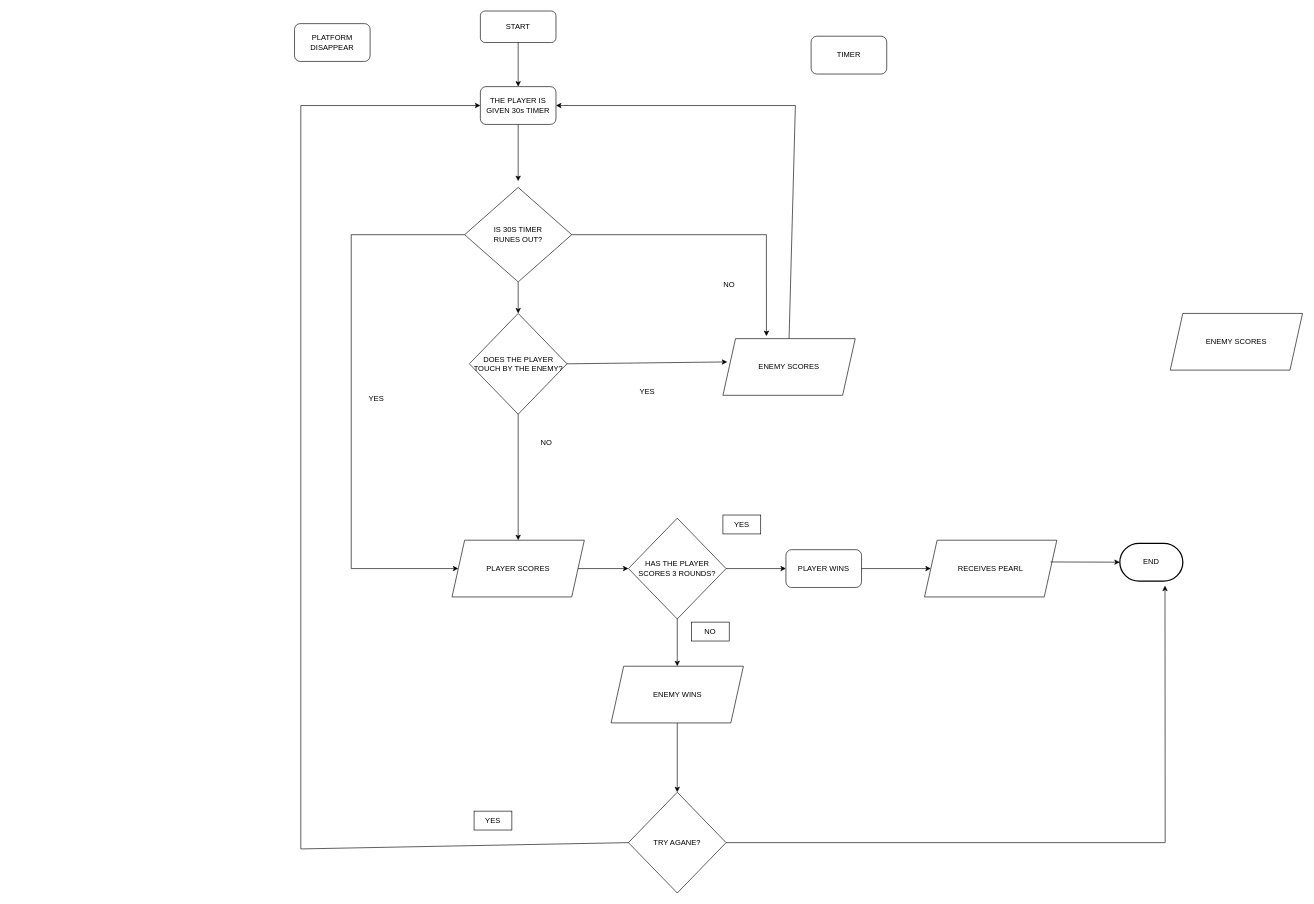
The draw.io diagram langit_lupa.drawio in OmaGash/crispy-bassoon, before the edit. Source tidied: cells renumbered, new cells numbered last; positions are measured from the earlier drawing's top-left corner, leaving out a move shared by most shapes. Both pictures are drawn from the tidied source at 63%, with x=0, y=0 at pixel (294, 11).
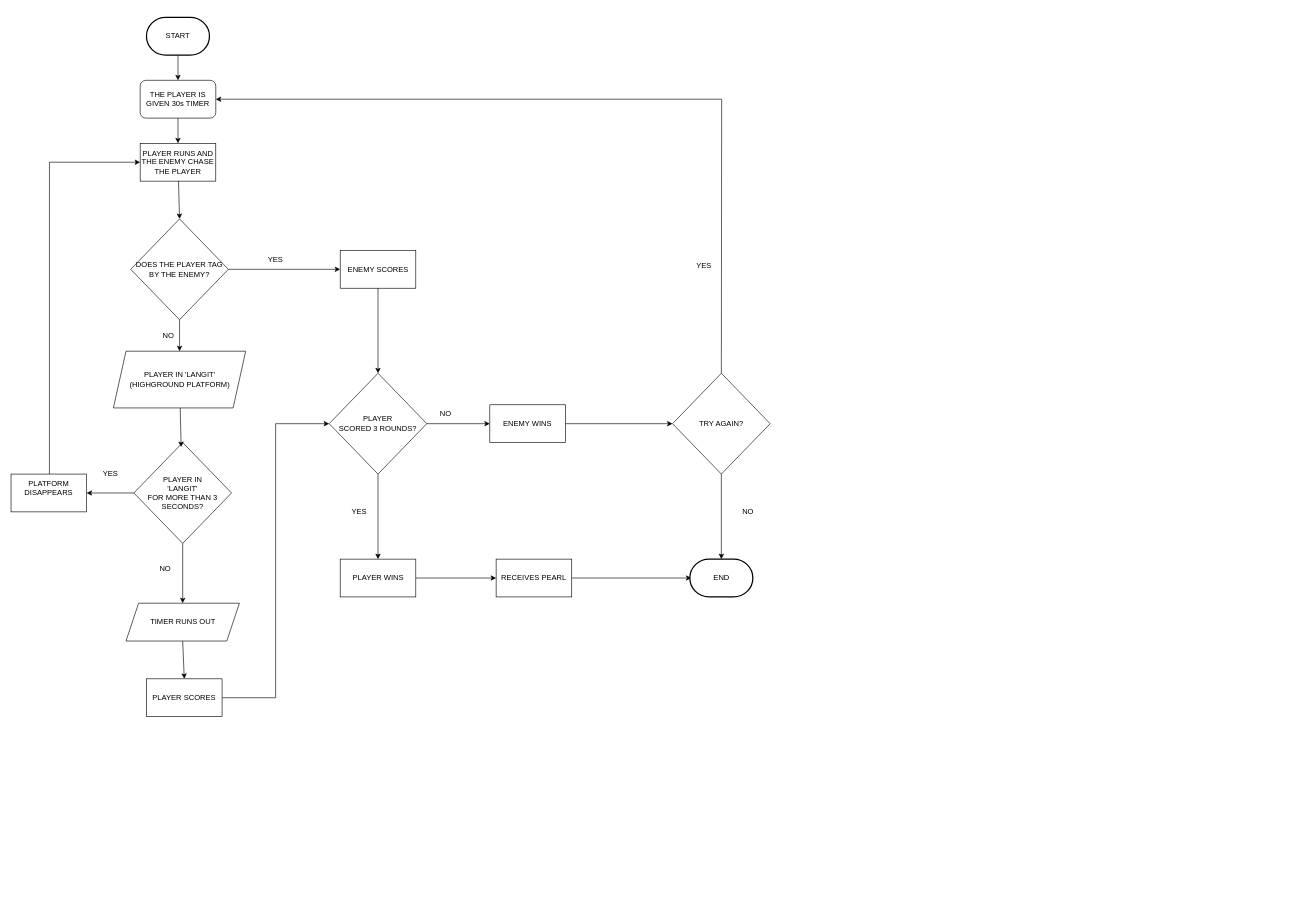
The same diagram, later.

The edit, as a diff of the source:
```diff
@@
-    <mxCell id="2" value="START" style="rounded=1;whiteSpace=wrap;html=1;fillColor=default;strokeColor=default;fontColor=default;" parent="1" vertex="1">
-      <mxGeometry x="295" width="120" height="50" as="geometry" />
-    </mxCell>
-    <mxCell id="3" style="endArrow=classic;html=1;rounded=0;exitX=0.5;exitY=1;exitDx=0;exitDy=0;entryX=0.5;entryY=0;entryDx=0;entryDy=0;" parent="1" edge="1" source="2" target="4">
+    <mxCell id="3" style="endArrow=classic;html=1;rounded=0;entryX=0.5;entryY=0;entryDx=0;entryDy=0;exitX=0.5;exitY=1;exitDx=0;exitDy=0;exitPerimeter=0;" parent="1" edge="1" source="2" target="4">
       <mxGeometry relative="1" as="geometry" />
     </mxCell>
     <mxCell id="4" value="THE PLAYER IS GIVEN 30s TIMER " style="rounded=1;whiteSpace=wrap;html=1;fillColor=default;strokeColor=default;fontColor=default;" parent="1" vertex="1">
-      <mxGeometry x="295" y="120" width="120" height="60" as="geometry" />
+      <mxGeometry x="-245" y="110" width="120" height="60" as="geometry" />
     </mxCell>
-    <mxCell id="5" value="PLATFORM DISAPPEAR" style="rounded=1;whiteSpace=wrap;html=1;" parent="1" vertex="1">
-      <mxGeometry y="20" width="120" height="60" as="geometry" />
-    </mxCell>
-    <mxCell id="6" value="TIMER " style="rounded=1;whiteSpace=wrap;html=1;" parent="1" vertex="1">
-      <mxGeometry x="820" y="40" width="120" height="60" as="geometry" />
-    </mxCell>
-    <mxCell id="7" value="DOES THE PLAYER TOUCH BY THE ENEMY?" style="rhombus;whiteSpace=wrap;html=1;fillColor=default;strokeColor=default;fontColor=default;" parent="1" vertex="1">
-      <mxGeometry x="277.5" y="480" width="155" height="160" as="geometry" />
+    <mxCell id="7" value="DOES THE PLAYER TAG BY THE ENEMY?" style="rhombus;whiteSpace=wrap;html=1;fillColor=default;strokeColor=default;fontColor=default;" parent="1" vertex="1">
+      <mxGeometry x="-260" y="330" width="155" height="160" as="geometry" />
     </mxCell>
-    <mxCell id="8" style="endArrow=classic;html=1;rounded=0;exitX=1;exitY=0.5;exitDx=0;exitDy=0;entryX=0.033;entryY=0.411;entryDx=0;entryDy=0;entryPerimeter=0;" parent="1" edge="1" source="7" target="10">
+    <mxCell id="8" style="endArrow=classic;html=1;rounded=0;exitX=1;exitY=0.5;exitDx=0;exitDy=0;entryX=0;entryY=0.5;entryDx=0;entryDy=0;" parent="1" edge="1" source="7" target="48">
       <mxGeometry relative="1" as="geometry" />
     </mxCell>
     <mxCell id="9" value="YES" style="text;html=1;strokeColor=none;fillColor=none;align=center;verticalAlign=middle;whiteSpace=wrap;rounded=0;fontColor=default;" parent="1" vertex="1">
-      <mxGeometry x="530" y="590" width="60" height="30" as="geometry" />
+      <mxGeometry x="-60" y="380" width="60" height="30" as="geometry" />
     </mxCell>
-    <mxCell id="10" value="ENEMY SCORES" style="shape=parallelogram;perimeter=parallelogramPerimeter;whiteSpace=wrap;html=1;fixedSize=1;fillColor=default;strokeColor=default;fontColor=default;" parent="1" vertex="1">
-      <mxGeometry x="680" y="520" width="210" height="90" as="geometry" />
-    </mxCell>
-    <mxCell id="11" style="endArrow=classic;html=1;rounded=0;exitX=0.5;exitY=1;exitDx=0;exitDy=0;strokeColor=default;labelBackgroundColor=default;fontColor=default;" parent="1" edge="1" source="7" target="19">
+    <mxCell id="11" style="endArrow=classic;html=1;rounded=0;exitX=0.5;exitY=1;exitDx=0;exitDy=0;strokeColor=default;labelBackgroundColor=default;fontColor=default;entryX=0.5;entryY=0;entryDx=0;entryDy=0;" parent="1" edge="1" source="7" target="42">
       <mxGeometry relative="1" as="geometry" />
     </mxCell>
-    <mxCell id="12" style="rounded=0;jettySize=auto;html=1;exitX=0;exitY=0.5;exitDx=0;exitDy=0;labelBackgroundColor=default;fontColor=default;strokeColor=default;fillColor=default;entryX=0;entryY=0.5;entryDx=0;entryDy=0;" parent="1" edge="1" source="15" target="19">
-      <mxGeometry relative="1" as="geometry">
-        <Array as="points">
-          <mxPoint x="90" y="355" />
-          <mxPoint x="90" y="885" />
-        </Array>
-      </mxGeometry>
-    </mxCell>
-    <mxCell id="13" style="edgeStyle=none;rounded=0;jettySize=auto;html=1;labelBackgroundColor=default;fontColor=default;strokeColor=default;fillColor=default;entryX=0.329;entryY=-0.044;entryDx=0;entryDy=0;entryPerimeter=0;" parent="1" edge="1" source="15" target="10">
+    <mxCell id="13" style="edgeStyle=none;rounded=0;jettySize=auto;html=1;labelBackgroundColor=default;fontColor=default;strokeColor=default;fillColor=default;entryX=0;entryY=0.5;entryDx=0;entryDy=0;exitX=0.508;exitY=0;exitDx=0;exitDy=0;exitPerimeter=0;" parent="1" edge="1" source="54" target="40">
       <mxGeometry relative="1" as="geometry">
         <Array as="points">
-          <mxPoint x="749" y="355" />
+          <mxPoint x="-389" y="240" />
         </Array>
       </mxGeometry>
     </mxCell>
-    <mxCell id="14" style="edgeStyle=none;rounded=0;jettySize=auto;html=1;labelBackgroundColor=default;fontColor=default;strokeColor=default;fillColor=default;" parent="1" edge="1" source="15" target="7">
-      <mxGeometry relative="1" as="geometry" />
-    </mxCell>
-    <mxCell id="15" value="&lt;div&gt;IS 30S TIMER &lt;br&gt;&lt;/div&gt;&lt;div&gt;RUNES OUT?&lt;/div&gt;" style="rhombus;whiteSpace=wrap;html=1;fillColor=default;strokeColor=default;fontColor=default;" parent="1" vertex="1">
-      <mxGeometry x="270" y="280" width="170" height="150" as="geometry" />
-    </mxCell>
     <mxCell id="16" value="NO" style="text;html=1;strokeColor=none;fillColor=none;align=center;verticalAlign=middle;whiteSpace=wrap;rounded=0;fontColor=default;" parent="1" vertex="1">
-      <mxGeometry x="370" y="670" width="60" height="30" as="geometry" />
+      <mxGeometry x="-235" y="870" width="60" height="30" as="geometry" />
     </mxCell>
-    <mxCell id="17" value="HAS THE PLAYER SCORES 3 ROUNDS?" style="rhombus;whiteSpace=wrap;html=1;fillColor=default;strokeColor=default;fontColor=default;" parent="1" vertex="1">
-      <mxGeometry x="530" y="805" width="155" height="160" as="geometry" />
+    <mxCell id="17" value="&lt;div&gt;PLAYER&lt;/div&gt;&lt;div&gt; SCORED 3 ROUNDS?&lt;/div&gt;" style="rhombus;whiteSpace=wrap;html=1;fillColor=default;strokeColor=default;fontColor=default;" parent="1" vertex="1">
+      <mxGeometry x="55" y="575" width="155" height="160" as="geometry" />
     </mxCell>
-    <mxCell id="18" style="endArrow=classic;html=1;rounded=0;exitX=0.5;exitY=0;exitDx=0;exitDy=0;entryX=1;entryY=0.5;entryDx=0;entryDy=0;" parent="1" edge="1" source="10" target="4">
-      <mxGeometry relative="1" as="geometry">
-        <Array as="points">
-          <mxPoint x="795" y="150" />
-        </Array>
-      </mxGeometry>
-    </mxCell>
-    <mxCell id="19" value="PLAYER SCORES" style="shape=parallelogram;perimeter=parallelogramPerimeter;whiteSpace=wrap;html=1;fixedSize=1;fillColor=default;strokeColor=default;fontColor=default;" parent="1" vertex="1">
-      <mxGeometry x="250" y="840" width="210" height="90" as="geometry" />
-    </mxCell>
-    <mxCell id="20" style="endArrow=classic;html=1;rounded=0;exitX=0.5;exitY=1;exitDx=0;exitDy=0;strokeColor=default;labelBackgroundColor=default;fontColor=default;" parent="1" edge="1" source="4">
-      <mxGeometry relative="1" as="geometry">
-        <mxPoint x="355" y="270" as="targetPoint" />
-      </mxGeometry>
+    <mxCell id="20" style="endArrow=classic;html=1;rounded=0;exitX=0.5;exitY=1;exitDx=0;exitDy=0;strokeColor=default;labelBackgroundColor=default;fontColor=default;" parent="1" edge="1" source="4" target="40">
+      <mxGeometry relative="1" as="geometry" />
     </mxCell>
-    <mxCell id="21" value="ENEMY SCORES" style="shape=parallelogram;perimeter=parallelogramPerimeter;whiteSpace=wrap;html=1;fixedSize=1;" parent="1" vertex="1">
-      <mxGeometry x="1390" y="480" width="210" height="90" as="geometry" />
-    </mxCell>
-    <mxCell id="22" style="endArrow=classic;html=1;rounded=0;exitX=1;exitY=0.5;exitDx=0;exitDy=0;strokeColor=default;labelBackgroundColor=default;fontColor=default;entryX=0;entryY=0.5;entryDx=0;entryDy=0;fillColor=default;" parent="1" edge="1" source="17" target="25">
+    <mxCell id="22" style="endArrow=classic;html=1;rounded=0;exitX=0.5;exitY=1;exitDx=0;exitDy=0;strokeColor=default;labelBackgroundColor=default;fontColor=default;entryX=0.5;entryY=0;entryDx=0;entryDy=0;fillColor=default;" parent="1" edge="1" source="17" target="25">
       <mxGeometry relative="1" as="geometry" />
     </mxCell>
-    <mxCell id="23" value="YES" style="text;html=1;strokeColor=default;fillColor=default;align=center;verticalAlign=middle;whiteSpace=wrap;rounded=0;fontColor=default;" parent="1" vertex="1">
-      <mxGeometry x="680" y="800" width="60" height="30" as="geometry" />
-    </mxCell>
-    <mxCell id="24" value="RECEIVES PEARL" style="shape=parallelogram;perimeter=parallelogramPerimeter;whiteSpace=wrap;html=1;fixedSize=1;fillColor=default;strokeColor=default;fontColor=default;" parent="1" vertex="1">
-      <mxGeometry x="1000" y="840" width="210" height="90" as="geometry" />
-    </mxCell>
-    <mxCell id="25" value="PLAYER WINS" style="rounded=1;whiteSpace=wrap;html=1;fillColor=default;strokeColor=default;fontColor=default;" parent="1" vertex="1">
-      <mxGeometry x="780" y="855" width="120" height="60" as="geometry" />
-    </mxCell>
@@
-    <mxCell id="27" style="endArrow=classic;html=1;rounded=0;exitX=1;exitY=0.5;exitDx=0;exitDy=0;fillColor=default;strokeColor=default;fontColor=default;" parent="1" edge="1" target="28">
+    <mxCell id="27" style="endArrow=classic;html=1;rounded=0;exitX=1;exitY=0.5;exitDx=0;exitDy=0;fillColor=default;strokeColor=default;fontColor=default;" parent="1" edge="1" source="24">
       <mxGeometry relative="1" as="geometry">
-        <mxPoint x="1200" y="874.5" as="sourcePoint" />
+        <mxPoint x="630" y="900" as="targetPoint" />
       </mxGeometry>
     </mxCell>
     <mxCell id="28" value="END" style="strokeWidth=2;html=1;shape=mxgraph.flowchart.terminator;whiteSpace=wrap;fillColor=default;strokeColor=default;fontColor=default;" parent="1" vertex="1">
-      <mxGeometry x="1310" y="845" width="100" height="60" as="geometry" />
+      <mxGeometry x="627.5" y="870" width="100" height="60" as="geometry" />
     </mxCell>
-    <mxCell id="29" style="endArrow=classic;html=1;rounded=0;exitX=1;exitY=0.5;exitDx=0;exitDy=0;entryX=0;entryY=0.5;entryDx=0;entryDy=0;fillColor=default;strokeColor=default;fontColor=default;" parent="1" edge="1" source="19" target="17">
-      <mxGeometry relative="1" as="geometry" />
+    <mxCell id="29" style="endArrow=classic;html=1;rounded=0;exitX=1;exitY=0.5;exitDx=0;exitDy=0;fillColor=default;strokeColor=default;fontColor=default;entryX=0;entryY=0.5;entryDx=0;entryDy=0;" parent="1" edge="1" source="19" target="17">
+      <mxGeometry relative="1" as="geometry">
+        <Array as="points">
+          <mxPoint x="-30" y="1090" />
+          <mxPoint x="-30" y="655" />
+        </Array>
+      </mxGeometry>
     </mxCell>
-    <mxCell id="30" style="endArrow=classic;html=1;rounded=0;exitX=0.5;exitY=1;exitDx=0;exitDy=0;entryX=0.5;entryY=0;entryDx=0;entryDy=0;fillColor=default;strokeColor=default;fontColor=default;" parent="1" edge="1" source="17" target="33">
+    <mxCell id="30" style="endArrow=classic;html=1;rounded=0;fillColor=default;strokeColor=default;fontColor=default;exitX=1;exitY=0.5;exitDx=0;exitDy=0;entryX=0;entryY=0.5;entryDx=0;entryDy=0;" parent="1" edge="1" source="17" target="33">
       <mxGeometry relative="1" as="geometry" />
     </mxCell>
-    <mxCell id="31" value="NO" style="text;html=1;strokeColor=default;fillColor=default;align=center;verticalAlign=middle;whiteSpace=wrap;rounded=0;fontColor=default;" parent="1" vertex="1">
-      <mxGeometry x="630" y="970" width="60" height="30" as="geometry" />
-    </mxCell>
+    <mxCell id="34" value="TRY AGAIN?" style="rhombus;whiteSpace=wrap;html=1;fillColor=default;strokeColor=default;fontColor=default;" parent="1" vertex="1">
+      <mxGeometry x="600" y="575" width="155" height="160" as="geometry" />
+    </mxCell>
+    <mxCell id="38" value="YES" style="text;html=1;strokeColor=none;fillColor=none;align=center;verticalAlign=middle;whiteSpace=wrap;rounded=0;fontColor=default;" parent="1" vertex="1">
+      <mxGeometry x="-322.5" y="720" width="60" height="30" as="geometry" />
+    </mxCell>
+    <mxCell id="40" value="PLAYER RUNS AND THE ENEMY CHASE THE PLAYER" style="rounded=0;whiteSpace=wrap;html=1;" parent="1" vertex="1">
+      <mxGeometry x="-245" y="210" width="120" height="60" as="geometry" />
+    </mxCell>
+    <mxCell id="41" value="NO" style="text;html=1;strokeColor=none;fillColor=none;align=center;verticalAlign=middle;whiteSpace=wrap;rounded=0;fontColor=default;" parent="1" vertex="1">
+      <mxGeometry x="-230" y="500" width="60" height="30" as="geometry" />
+    </mxCell>
+    <mxCell id="42" value="&lt;div&gt;PLAYER IN 'LANGIT' &lt;br&gt;&lt;/div&gt;&lt;div&gt;(HIGHGROUND PLATFORM)&lt;/div&gt;" style="shape=parallelogram;perimeter=parallelogramPerimeter;whiteSpace=wrap;html=1;fixedSize=1;fillColor=default;strokeColor=default;fontColor=default;" parent="1" vertex="1">
+      <mxGeometry x="-287.5" y="540" width="210" height="90" as="geometry" />
+    </mxCell>
+    <mxCell id="43" value="&lt;div&gt;PLAYER IN&lt;/div&gt;&lt;div&gt; 'LANGIT'&lt;/div&gt;&lt;div&gt;FOR MORE THAN 3 SECONDS?&lt;br&gt;&lt;/div&gt;" style="rhombus;whiteSpace=wrap;html=1;fillColor=default;strokeColor=default;fontColor=default;" parent="1" vertex="1">
+      <mxGeometry x="-255" y="685" width="155" height="160" as="geometry" />
+    </mxCell>
+    <mxCell id="44" style="endArrow=classic;html=1;rounded=0;strokeColor=default;labelBackgroundColor=default;fontColor=default;entryX=0.484;entryY=0.044;entryDx=0;entryDy=0;entryPerimeter=0;" parent="1" edge="1" source="42" target="43">
+      <mxGeometry relative="1" as="geometry" />
+    </mxCell>
+    <mxCell id="45" style="endArrow=classic;html=1;rounded=0;strokeColor=default;labelBackgroundColor=default;fontColor=default;entryX=0.5;entryY=0;entryDx=0;entryDy=0;" parent="1" edge="1" source="40" target="7">
+      <mxGeometry relative="1" as="geometry" />
+    </mxCell>
+    <mxCell id="46" style="endArrow=classic;html=1;rounded=0;exitX=0;exitY=0.5;exitDx=0;exitDy=0;strokeColor=default;labelBackgroundColor=default;fontColor=default;entryX=1;entryY=0.5;entryDx=0;entryDy=0;" parent="1" edge="1" source="43" target="54">
+      <mxGeometry relative="1" as="geometry" />
+    </mxCell>
+    <mxCell id="47" style="endArrow=classic;html=1;rounded=0;exitX=0.5;exitY=1;exitDx=0;exitDy=0;strokeColor=default;labelBackgroundColor=default;fontColor=default;" parent="1" edge="1" source="43" target="55">
+      <mxGeometry relative="1" as="geometry" />
+    </mxCell>
+    <mxCell id="48" value="ENEMY SCORES" style="rounded=0;whiteSpace=wrap;html=1;" parent="1" vertex="1">
+      <mxGeometry x="72.5" y="380" width="120" height="60" as="geometry" />
+    </mxCell>
+    <mxCell id="19" value="PLAYER SCORES" style="rounded=0;whiteSpace=wrap;html=1;" parent="1" vertex="1">
+      <mxGeometry x="-235" y="1060" width="120" height="60" as="geometry" />
+    </mxCell>
+    <mxCell id="49" style="endArrow=classic;html=1;rounded=0;exitX=0.5;exitY=1;exitDx=0;exitDy=0;entryX=0.5;entryY=0;entryDx=0;entryDy=0;" parent="1" edge="1" source="48" target="17">
+      <mxGeometry relative="1" as="geometry" />
+    </mxCell>
+    <mxCell id="50" style="endArrow=classic;html=1;rounded=0;exitX=0.5;exitY=1;exitDx=0;exitDy=0;strokeColor=default;labelBackgroundColor=default;fontColor=default;entryX=0.5;entryY=0;entryDx=0;entryDy=0;" parent="1" edge="1" source="55" target="19">
+      <mxGeometry relative="1" as="geometry" />
+    </mxCell>
+    <mxCell id="51" value="YES" style="text;html=1;strokeColor=none;fillColor=none;align=center;verticalAlign=middle;whiteSpace=wrap;rounded=0;fontColor=default;" parent="1" vertex="1">
+      <mxGeometry x="72.5" y="780" width="60" height="30" as="geometry" />
+    </mxCell>
-    <mxCell id="32" style="edgeStyle=orthogonalEdgeStyle;rounded=0;jettySize=auto;html=1;entryX=0.5;entryY=0;entryDx=0;entryDy=0;labelBackgroundColor=default;fontColor=default;strokeColor=default;fillColor=default;" parent="1" edge="1" source="33" target="34">
+    <mxCell id="32" style="endArrow=classic;html=1;rounded=0;entryX=0;entryY=0.5;entryDx=0;entryDy=0;fillColor=default;strokeColor=default;fontColor=default;exitX=1;exitY=0.5;exitDx=0;exitDy=0;exitPerimeter=0;" parent="1" edge="1" source="33" target="34">
       <mxGeometry relative="1" as="geometry" />
     </mxCell>
+    <mxCell id="37" style="endArrow=classic;html=1;rounded=0;fillColor=default;strokeColor=default;fontColor=default;exitX=0.5;exitY=1;exitDx=0;exitDy=0;entryX=0.5;entryY=0;entryDx=0;entryDy=0;entryPerimeter=0;" parent="1" edge="1" source="34" target="28">
+      <mxGeometry relative="1" as="geometry" />
+    </mxCell>
+    <mxCell id="52" value="NO" style="text;html=1;strokeColor=none;fillColor=none;align=center;verticalAlign=middle;whiteSpace=wrap;rounded=0;fontColor=default;" parent="1" vertex="1">
+      <mxGeometry x="690" y="780" width="60" height="30" as="geometry" />
+    </mxCell>
+    <mxCell id="53" value="NO" style="text;html=1;strokeColor=none;fillColor=none;align=center;verticalAlign=middle;whiteSpace=wrap;rounded=0;fontColor=default;" parent="1" vertex="1">
+      <mxGeometry x="210" y="625" width="60" height="30" as="geometry" />
+    </mxCell>
+    <mxCell id="2" value="START" style="strokeWidth=2;html=1;shape=mxgraph.flowchart.terminator;whiteSpace=wrap;fillColor=default;strokeColor=default;fontColor=default;" parent="1" vertex="1">
+      <mxGeometry x="-235" y="10" width="100" height="60" as="geometry" />
+    </mxCell>
+    <mxCell id="35" style="endArrow=classic;html=1;rounded=0;fillColor=default;strokeColor=default;fontColor=default;exitX=0.5;exitY=0;exitDx=0;exitDy=0;entryX=1;entryY=0.5;entryDx=0;entryDy=0;" parent="1" edge="1" source="34" target="4">
+      <mxGeometry relative="1" as="geometry">
+        <Array as="points">
+          <mxPoint x="678" y="140" />
+        </Array>
+      </mxGeometry>
+    </mxCell>
+    <mxCell id="54" value="&#10;PLATFORM DISAPPEARS&#10;&#10;" style="rounded=0;whiteSpace=wrap;html=1;" parent="1" vertex="1">
+      <mxGeometry x="-450" y="735" width="120" height="60" as="geometry" />
+    </mxCell>
+    <mxCell id="55" value="TIMER RUNS OUT" style="shape=parallelogram;perimeter=parallelogramPerimeter;whiteSpace=wrap;html=1;fixedSize=1;fillColor=default;strokeColor=default;fontColor=default;" parent="1" vertex="1">
+      <mxGeometry x="-267.5" y="940" width="180" height="60" as="geometry" />
+    </mxCell>
-    <mxCell id="33" value="ENEMY WINS" style="shape=parallelogram;perimeter=parallelogramPerimeter;whiteSpace=wrap;html=1;fixedSize=1;fillColor=default;strokeColor=default;fontColor=default;" parent="1" vertex="1">
-      <mxGeometry x="502.5" y="1040" width="210" height="90" as="geometry" />
+    <mxCell id="33" value="ENEMY WINS" style="rounded=0;whiteSpace=wrap;html=1;" parent="1" vertex="1">
+      <mxGeometry x="310" y="625" width="120" height="60" as="geometry" />
     </mxCell>
-    <mxCell id="34" value="TRY AGANE?" style="rhombus;whiteSpace=wrap;html=1;fillColor=default;strokeColor=default;fontColor=default;" parent="1" vertex="1">
-      <mxGeometry x="530" y="1240" width="155" height="160" as="geometry" />
-    </mxCell>
-    <mxCell id="35" style="endArrow=classic;html=1;rounded=0;exitX=0;exitY=0.5;exitDx=0;exitDy=0;entryX=0;entryY=0.5;entryDx=0;entryDy=0;" parent="1" edge="1" source="34" target="4">
-      <mxGeometry relative="1" as="geometry">
-        <Array as="points">
-          <mxPoint x="10" y="1330" />
-          <mxPoint x="10" y="150" />
-        </Array>
-      </mxGeometry>
-    </mxCell>
-    <mxCell id="36" value="YES" style="text;html=1;strokeColor=default;fillColor=default;align=center;verticalAlign=middle;whiteSpace=wrap;rounded=0;fontColor=default;" parent="1" vertex="1">
-      <mxGeometry x="285" y="1270" width="60" height="30" as="geometry" />
-    </mxCell>
-    <mxCell id="37" style="endArrow=classic;html=1;rounded=0;exitX=1;exitY=0.5;exitDx=0;exitDy=0;entryX=0.717;entryY=1.117;entryDx=0;entryDy=0;entryPerimeter=0;fillColor=default;strokeColor=default;fontColor=default;" parent="1" edge="1" source="34" target="28">
-      <mxGeometry relative="1" as="geometry">
-        <Array as="points">
-          <mxPoint x="1382" y="1320" />
-        </Array>
-      </mxGeometry>
-    </mxCell>
-    <mxCell id="38" value="YES" style="text;html=1;strokeColor=none;fillColor=none;align=center;verticalAlign=middle;whiteSpace=wrap;rounded=0;fontColor=default;" parent="1" vertex="1">
-      <mxGeometry x="100" y="600" width="60" height="30" as="geometry" />
-    </mxCell>
-    <mxCell id="39" value="NO" style="text;html=1;strokeColor=none;fillColor=none;align=center;verticalAlign=middle;whiteSpace=wrap;rounded=0;fontColor=default;" parent="1" vertex="1">
-      <mxGeometry x="660" y="420" width="60" height="30" as="geometry" />
-    </mxCell>
+    <mxCell id="25" value="PLAYER WINS" style="rounded=0;whiteSpace=wrap;html=1;" parent="1" vertex="1">
+      <mxGeometry x="72.5" y="870" width="120" height="60" as="geometry" />
+    </mxCell>
+    <mxCell id="24" value="RECEIVES PEARL" style="rounded=0;whiteSpace=wrap;html=1;" parent="1" vertex="1">
+      <mxGeometry x="320" y="870" width="120" height="60" as="geometry" />
+    </mxCell>
+    <mxCell id="56" value="YES" style="text;html=1;strokeColor=none;fillColor=none;align=center;verticalAlign=middle;whiteSpace=wrap;rounded=0;fontColor=default;" parent="1" vertex="1">
+      <mxGeometry x="620" y="390" width="60" height="30" as="geometry" />
+    </mxCell>
```
